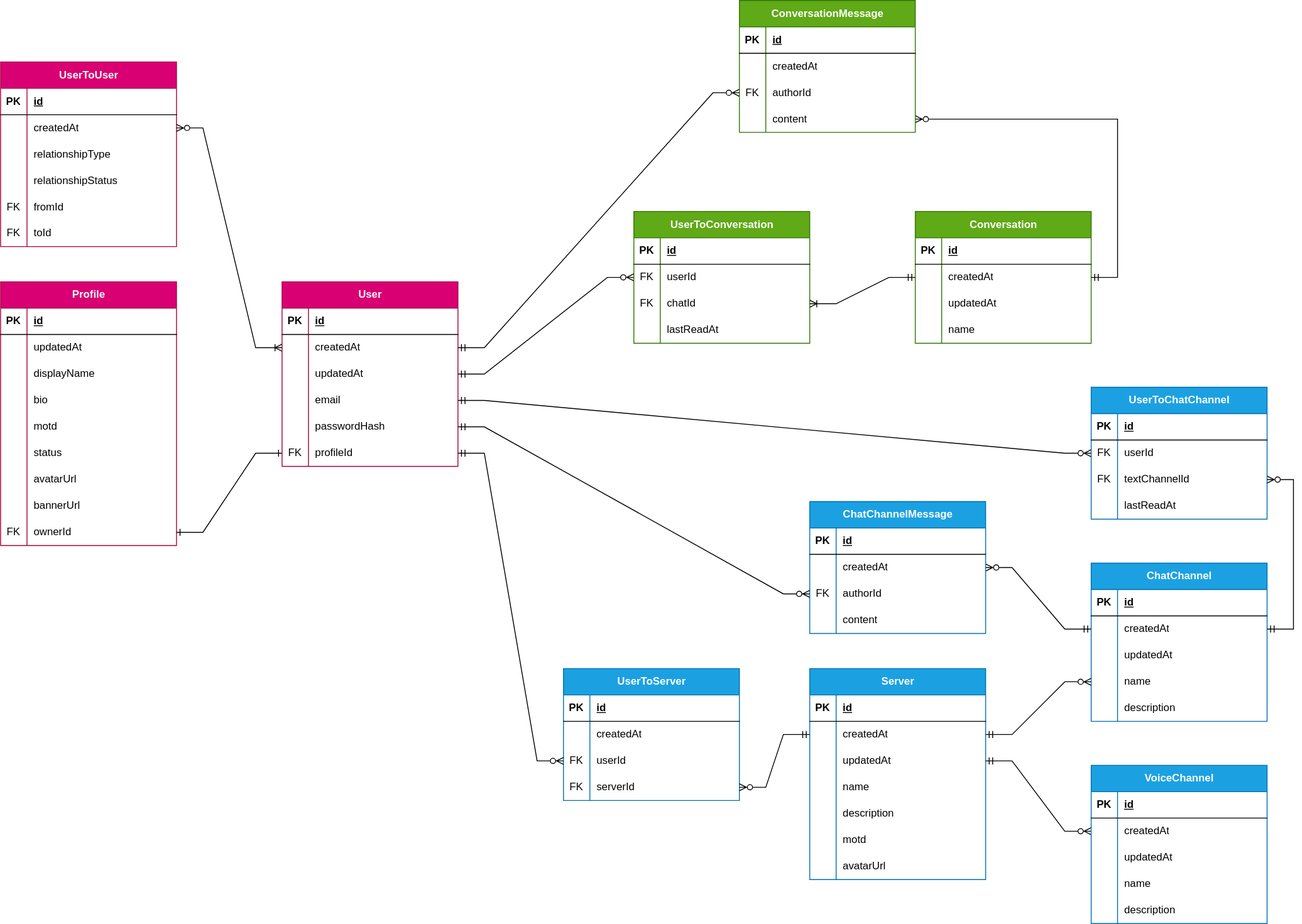
Before: diagrams/er-diagram.svg, a diagram exported from draw.io (qonsensus/backend). Source tidied: cells renumbered, new cells last; positions are measured from the earlier drawing's top-left corner, leaving out a move shared by most shapes.
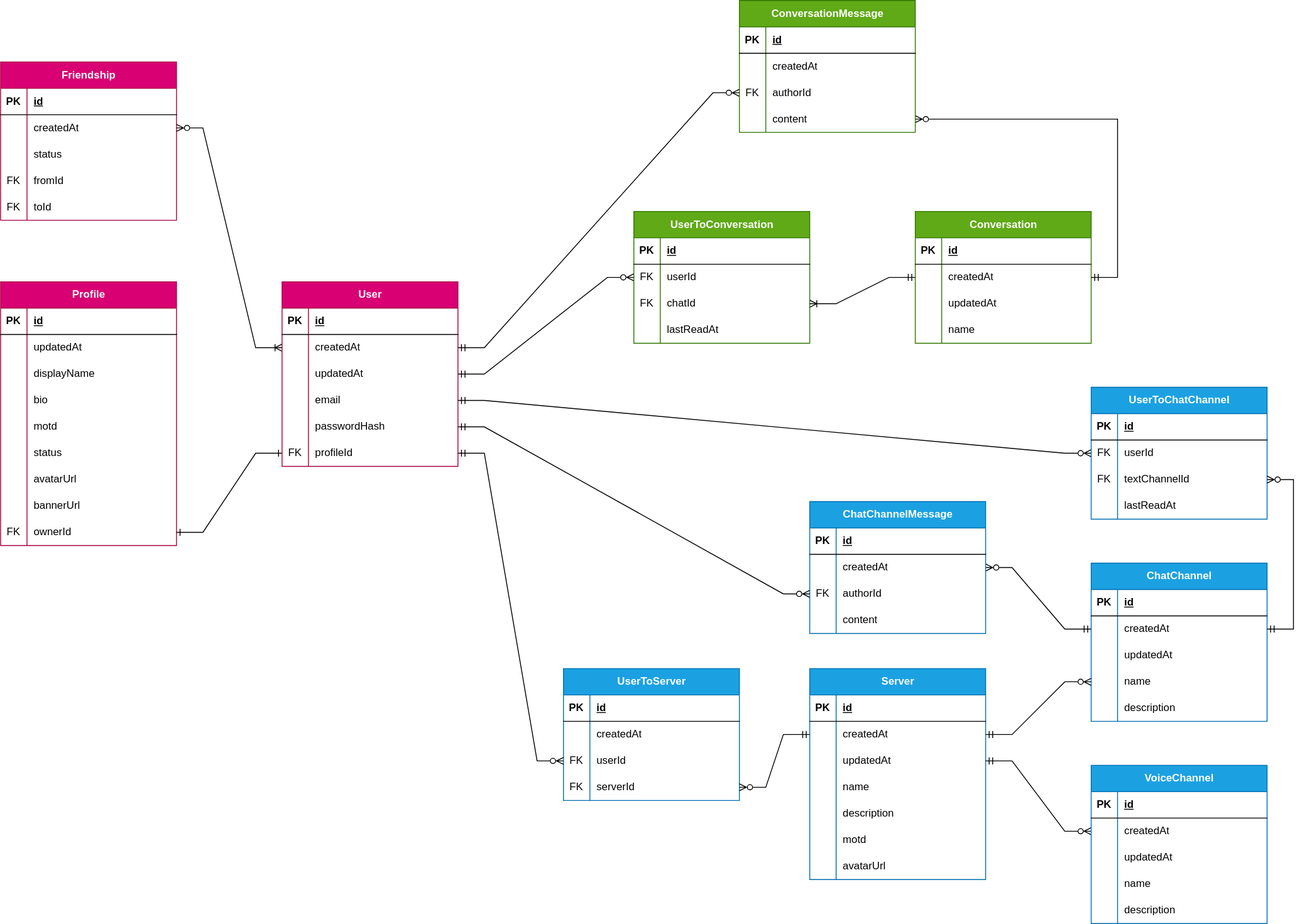
The same diagram one commit later.

Commit message:
feat: add friendship entity and relationships

Change to the diagram source:
```diff
@@ -59,8 +59,8 @@
     <mxCell id="20" value="profileId" style="shape=partialRectangle;fillColor=none;top=0;left=0;bottom=0;right=0;align=left;spacingLeft=6;overflow=hidden;whiteSpace=wrap;html=1;" parent="18" vertex="1">
       <mxGeometry x="30" width="170" height="30" as="geometry" />
     </mxCell>
-    <mxCell id="21" value="UserToUser" style="shape=table;startSize=30;rowLines=0;fontStyle=1;align=center;html=1;fillColor=#d80073;fontColor=#ffffff;strokeColor=#A50040;" parent="1" vertex="1">
-      <mxGeometry y="70" width="200" height="210" as="geometry" />
+    <mxCell id="21" value="Friendship" style="shape=table;startSize=30;rowLines=0;fontStyle=1;align=center;html=1;fillColor=#d80073;fontColor=#ffffff;strokeColor=#A50040;" parent="1" vertex="1">
+      <mxGeometry y="70" width="200" height="180" as="geometry" />
     </mxCell>
     <mxCell id="22" style="shape=tableRow;horizontal=0;startSize=0;swimlaneHead=0;swimlaneBody=0;fillColor=none;top=0;left=0;right=0;bottom=1;" parent="21" vertex="1">
       <mxGeometry y="30" width="200" height="30" as="geometry" />
@@ -80,26 +80,17 @@
     <mxCell id="27" value="createdAt" style="shape=partialRectangle;fillColor=none;top=0;left=0;bottom=0;right=0;align=left;spacingLeft=6;overflow=hidden;whiteSpace=wrap;html=1;" parent="25" vertex="1">
       <mxGeometry x="30" width="170" height="30" as="geometry" />
     </mxCell>
-    <mxCell id="28" style="shape=tableRow;horizontal=0;startSize=0;swimlaneHead=0;swimlaneBody=0;fillColor=none;top=0;left=0;right=0;bottom=0;" parent="21" vertex="1">
-      <mxGeometry y="90" width="200" height="30" as="geometry" />
-    </mxCell>
-    <mxCell id="29" style="shape=partialRectangle;fillColor=none;top=0;left=0;bottom=0;right=0;overflow=hidden;whiteSpace=wrap;html=1;" parent="28" vertex="1">
-      <mxGeometry width="30" height="30" as="geometry" />
-    </mxCell>
-    <mxCell id="30" value="relationshipType" style="shape=partialRectangle;fillColor=none;top=0;left=0;bottom=0;right=0;align=left;spacingLeft=6;overflow=hidden;whiteSpace=wrap;html=1;" parent="28" vertex="1">
-      <mxGeometry x="30" width="170" height="30" as="geometry" />
-    </mxCell>
     <mxCell id="31" style="shape=tableRow;horizontal=0;startSize=0;swimlaneHead=0;swimlaneBody=0;fillColor=none;top=0;left=0;right=0;bottom=0;" parent="21" vertex="1">
-      <mxGeometry y="120" width="200" height="30" as="geometry" />
+      <mxGeometry y="90" width="200" height="30" as="geometry" />
     </mxCell>
     <mxCell id="32" style="shape=partialRectangle;fillColor=none;top=0;left=0;bottom=0;right=0;overflow=hidden;whiteSpace=wrap;html=1;" parent="31" vertex="1">
       <mxGeometry width="30" height="30" as="geometry" />
     </mxCell>
-    <mxCell id="33" value="relationshipStatus" style="shape=partialRectangle;fillColor=none;top=0;left=0;bottom=0;right=0;align=left;spacingLeft=6;overflow=hidden;whiteSpace=wrap;html=1;" parent="31" vertex="1">
+    <mxCell id="33" value="status" style="shape=partialRectangle;fillColor=none;top=0;left=0;bottom=0;right=0;align=left;spacingLeft=6;overflow=hidden;whiteSpace=wrap;html=1;" parent="31" vertex="1">
       <mxGeometry x="30" width="170" height="30" as="geometry" />
     </mxCell>
     <mxCell id="34" style="shape=tableRow;horizontal=0;startSize=0;swimlaneHead=0;swimlaneBody=0;fillColor=none;top=0;left=0;right=0;bottom=0;" parent="21" vertex="1">
-      <mxGeometry y="150" width="200" height="30" as="geometry" />
+      <mxGeometry y="120" width="200" height="30" as="geometry" />
     </mxCell>
     <mxCell id="35" value="FK" style="shape=partialRectangle;fillColor=none;top=0;left=0;bottom=0;right=0;overflow=hidden;whiteSpace=wrap;html=1;" parent="34" vertex="1">
       <mxGeometry width="30" height="30" as="geometry" />
@@ -108,7 +99,7 @@
       <mxGeometry x="30" width="170" height="30" as="geometry" />
     </mxCell>
     <mxCell id="37" style="shape=tableRow;horizontal=0;startSize=0;swimlaneHead=0;swimlaneBody=0;fillColor=none;top=0;left=0;right=0;bottom=0;" parent="21" vertex="1">
-      <mxGeometry y="180" width="200" height="30" as="geometry" />
+      <mxGeometry y="150" width="200" height="30" as="geometry" />
     </mxCell>
     <mxCell id="38" value="FK" style="shape=partialRectangle;fillColor=none;top=0;left=0;bottom=0;right=0;overflow=hidden;whiteSpace=wrap;html=1;" parent="37" vertex="1">
       <mxGeometry width="30" height="30" as="geometry" />
```
